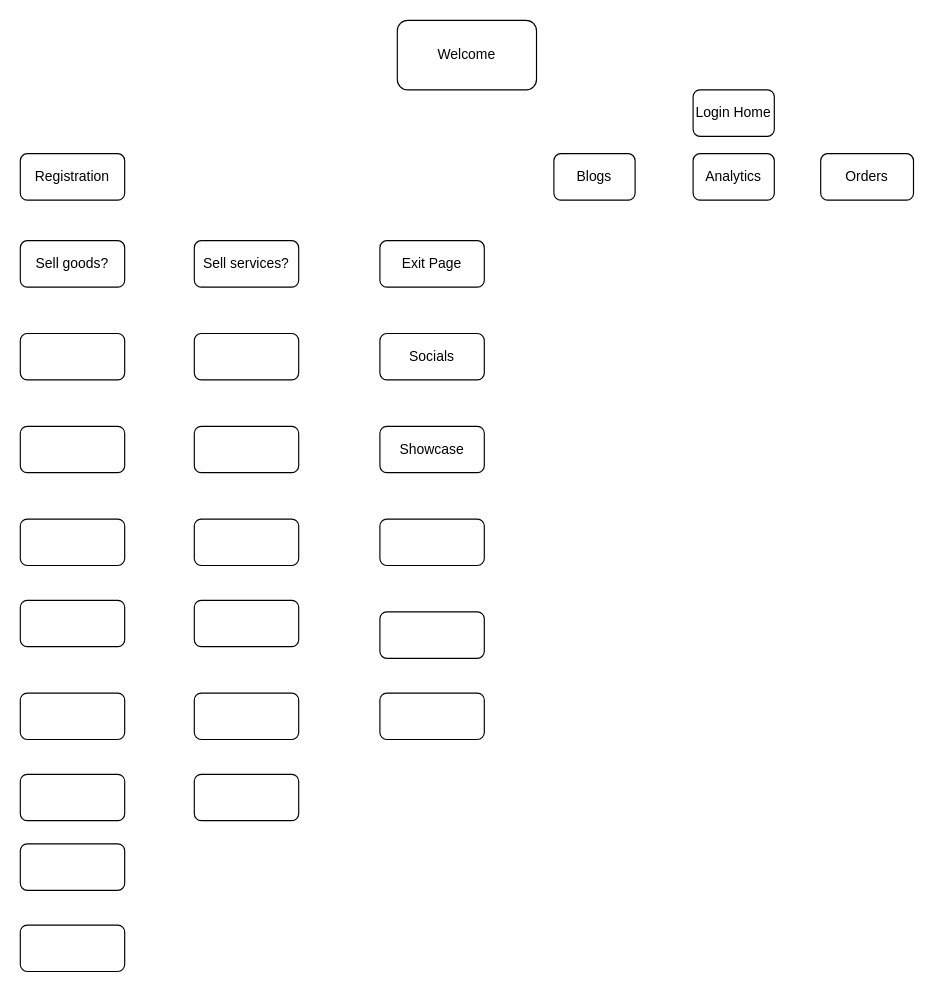
Above: app_eng_updated.drawio in willdonlan8/test (draw.io), before the change. Source tidied: cells renumbered, new cells numbered last; positions are measured from the earlier drawing's top-left corner, leaving out a move shared by most shapes. Both pictures are drawn from the tidied source at 116%, with x=0, y=0 at pixel (20, 20).
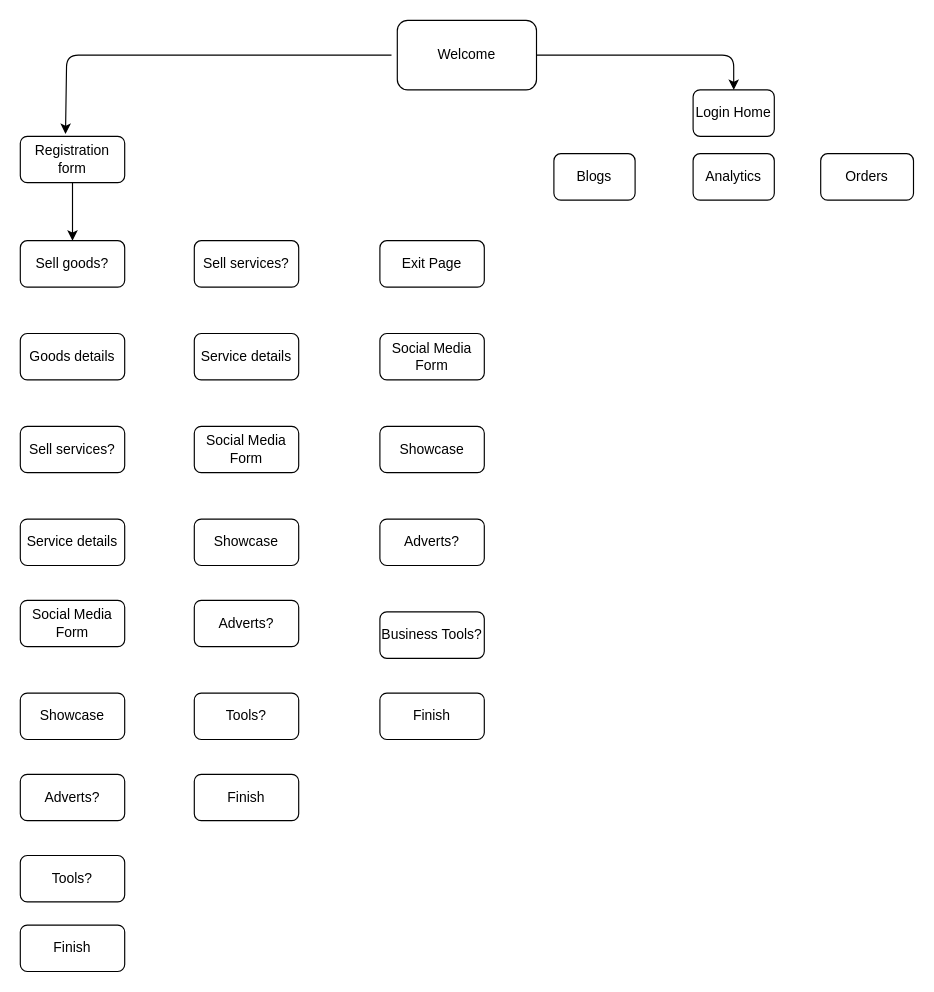
The same page after the edit.

Unchanged cells that the change refers to:
```xml
<mxCell id="4" value="Login Home" style="rounded=1;whiteSpace=wrap;html=1;" parent="1" vertex="1">
  <mxGeometry x="580" y="60" width="70" height="40" as="geometry" />
</mxCell>
<mxCell id="9" value="Sell goods?" style="rounded=1;whiteSpace=wrap;html=1;" parent="1" vertex="1">
  <mxGeometry y="190" width="90" height="40" as="geometry" />
</mxCell>
```

What changed in the source:
```diff
@@
-    <mxCell id="7" value="Registration" style="rounded=1;whiteSpace=wrap;html=1;" parent="1" vertex="1">
-      <mxGeometry y="115" width="90" height="40" as="geometry" />
+    <mxCell id="7" value="Registration form" style="rounded=1;whiteSpace=wrap;html=1;" parent="1" vertex="1">
+      <mxGeometry y="100" width="90" height="40" as="geometry" />
     </mxCell>
@@
-    <mxCell id="11" style="rounded=1;whiteSpace=wrap;html=1;" parent="1" vertex="1">
+    <mxCell id="11" value="Goods details" style="rounded=1;whiteSpace=wrap;html=1;" parent="1" vertex="1">
       <mxGeometry y="270" width="90" height="40" as="geometry" />
     </mxCell>
-    <mxCell id="12" value="Socials" style="rounded=1;whiteSpace=wrap;html=1;" parent="1" vertex="1">
+    <mxCell id="12" value="Social Media Form" style="rounded=1;whiteSpace=wrap;html=1;" parent="1" vertex="1">
       <mxGeometry x="310" y="270" width="90" height="40" as="geometry" />
     </mxCell>
-    <mxCell id="13" style="rounded=1;whiteSpace=wrap;html=1;" parent="1" vertex="1">
+    <mxCell id="13" value="Service details" style="rounded=1;whiteSpace=wrap;html=1;" parent="1" vertex="1">
       <mxGeometry x="150" y="270" width="90" height="40" as="geometry" />
     </mxCell>
-    <mxCell id="14" style="rounded=1;whiteSpace=wrap;html=1;" parent="1" vertex="1">
+    <mxCell id="14" value="Sell services?" style="rounded=1;whiteSpace=wrap;html=1;" parent="1" vertex="1">
       <mxGeometry y="350" width="90" height="40" as="geometry" />
     </mxCell>
-    <mxCell id="15" style="rounded=1;whiteSpace=wrap;html=1;" parent="1" vertex="1">
+    <mxCell id="15" value="Service details" style="rounded=1;whiteSpace=wrap;html=1;" parent="1" vertex="1">
       <mxGeometry y="430" width="90" height="40" as="geometry" />
     </mxCell>
-    <mxCell id="16" style="rounded=1;whiteSpace=wrap;html=1;" parent="1" vertex="1">
+    <mxCell id="16" value="Social Media Form" style="rounded=1;whiteSpace=wrap;html=1;" parent="1" vertex="1">
       <mxGeometry y="500" width="90" height="40" as="geometry" />
     </mxCell>
-    <mxCell id="17" style="rounded=1;whiteSpace=wrap;html=1;" parent="1" vertex="1">
+    <mxCell id="17" value="Showcase" style="rounded=1;whiteSpace=wrap;html=1;" parent="1" vertex="1">
       <mxGeometry y="580" width="90" height="40" as="geometry" />
     </mxCell>
-    <mxCell id="18" style="rounded=1;whiteSpace=wrap;html=1;" parent="1" vertex="1">
+    <mxCell id="18" value="Adverts?" style="rounded=1;whiteSpace=wrap;html=1;" parent="1" vertex="1">
       <mxGeometry y="650" width="90" height="40" as="geometry" />
     </mxCell>
-    <mxCell id="19" style="rounded=1;whiteSpace=wrap;html=1;" parent="1" vertex="1">
-      <mxGeometry y="710" width="90" height="40" as="geometry" />
+    <mxCell id="19" value="Tools?" style="rounded=1;whiteSpace=wrap;html=1;" parent="1" vertex="1">
+      <mxGeometry y="720" width="90" height="40" as="geometry" />
     </mxCell>
-    <mxCell id="20" style="rounded=1;whiteSpace=wrap;html=1;" parent="1" vertex="1">
+    <mxCell id="20" value="Finish" style="rounded=1;whiteSpace=wrap;html=1;" parent="1" vertex="1">
       <mxGeometry y="780" width="90" height="40" as="geometry" />
     </mxCell>
@@
-    <mxCell id="22" style="rounded=1;whiteSpace=wrap;html=1;" parent="1" vertex="1">
+    <mxCell id="22" value="Adverts?" style="rounded=1;whiteSpace=wrap;html=1;" parent="1" vertex="1">
       <mxGeometry x="310" y="430" width="90" height="40" as="geometry" />
     </mxCell>
-    <mxCell id="23" style="rounded=1;whiteSpace=wrap;html=1;" parent="1" vertex="1">
+    <mxCell id="23" value="Business Tools?" style="rounded=1;whiteSpace=wrap;html=1;" parent="1" vertex="1">
       <mxGeometry x="310" y="510" width="90" height="40" as="geometry" />
     </mxCell>
-    <mxCell id="24" style="rounded=1;whiteSpace=wrap;html=1;" parent="1" vertex="1">
+    <mxCell id="24" value="Finish" style="rounded=1;whiteSpace=wrap;html=1;" parent="1" vertex="1">
       <mxGeometry x="310" y="580" width="90" height="40" as="geometry" />
     </mxCell>
-    <mxCell id="25" style="rounded=1;whiteSpace=wrap;html=1;" parent="1" vertex="1">
+    <mxCell id="25" value="Social Media Form" style="rounded=1;whiteSpace=wrap;html=1;" parent="1" vertex="1">
       <mxGeometry x="150" y="350" width="90" height="40" as="geometry" />
     </mxCell>
-    <mxCell id="26" style="rounded=1;whiteSpace=wrap;html=1;" parent="1" vertex="1">
+    <mxCell id="26" value="Showcase" style="rounded=1;whiteSpace=wrap;html=1;" parent="1" vertex="1">
       <mxGeometry x="150" y="430" width="90" height="40" as="geometry" />
     </mxCell>
-    <mxCell id="27" style="rounded=1;whiteSpace=wrap;html=1;" parent="1" vertex="1">
+    <mxCell id="27" value="Adverts?" style="rounded=1;whiteSpace=wrap;html=1;" parent="1" vertex="1">
       <mxGeometry x="150" y="500" width="90" height="40" as="geometry" />
     </mxCell>
-    <mxCell id="28" style="rounded=1;whiteSpace=wrap;html=1;" parent="1" vertex="1">
+    <mxCell id="28" value="Tools?" style="rounded=1;whiteSpace=wrap;html=1;" parent="1" vertex="1">
       <mxGeometry x="150" y="580" width="90" height="40" as="geometry" />
     </mxCell>
-    <mxCell id="29" style="rounded=1;whiteSpace=wrap;html=1;" parent="1" vertex="1">
+    <mxCell id="29" value="Finish" style="rounded=1;whiteSpace=wrap;html=1;" parent="1" vertex="1">
       <mxGeometry x="150" y="650" width="90" height="40" as="geometry" />
     </mxCell>
+    <mxCell id="30" style="endArrow=classic;html=1;entryX=0.433;entryY=-0.05;entryDx=0;entryDy=0;entryPerimeter=0;" parent="1" edge="1" target="7">
+      <mxGeometry relative="1" as="geometry">
+        <mxPoint x="320" y="30" as="sourcePoint" />
+        <Array as="points">
+          <mxPoint x="40" y="30" />
+        </Array>
+      </mxGeometry>
+    </mxCell>
+    <mxCell id="31" style="endArrow=classic;html=1;entryX=0.5;entryY=0;entryDx=0;entryDy=0;" parent="1" edge="1" target="4">
+      <mxGeometry relative="1" as="geometry">
+        <mxPoint x="445" y="30" as="sourcePoint" />
+        <Array as="points">
+          <mxPoint x="615" y="30" />
+        </Array>
+      </mxGeometry>
+    </mxCell>
+    <mxCell id="32" style="endArrow=classic;html=1;entryX=0.5;entryY=0;entryDx=0;entryDy=0;" parent="1" edge="1" target="9">
+      <mxGeometry relative="1" as="geometry">
+        <mxPoint x="45" y="140" as="sourcePoint" />
+      </mxGeometry>
+    </mxCell>
```
